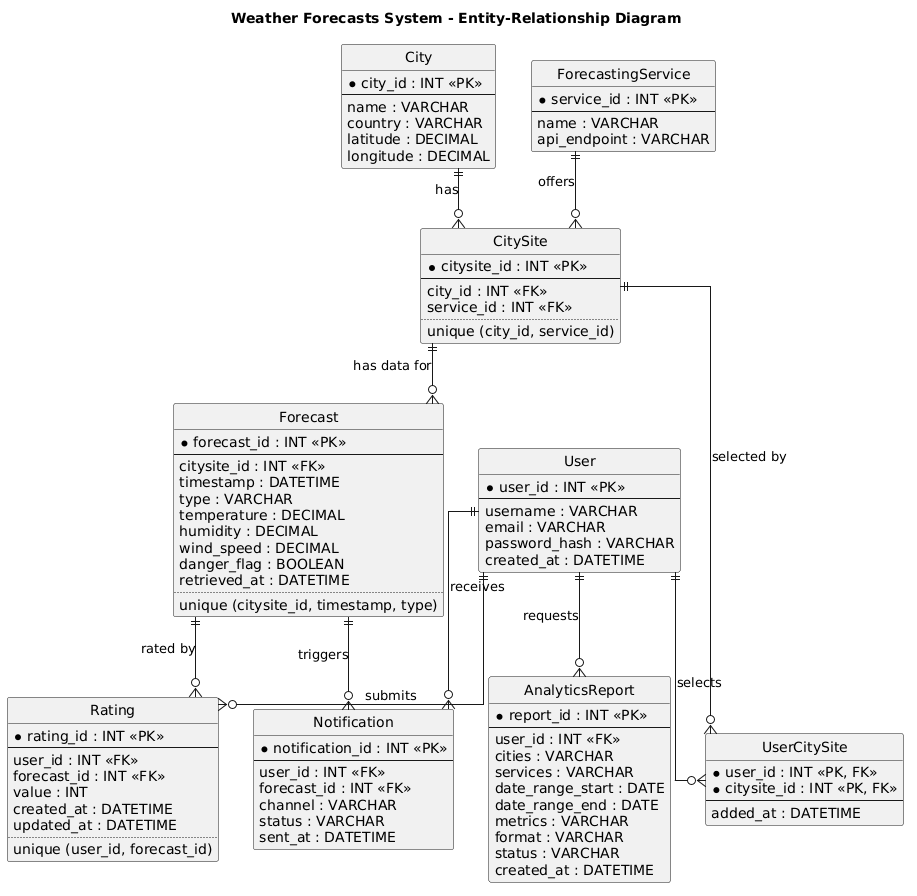
The PlantUML diagram requirements/ER_Diagram/ERDiagram.png in ManosMorf97/Weather-Forecasts-AI-Remastered, before a commit. Its diagram source:
```plantuml
@startuml
title Weather Forecasts System - Entity-Relationship Diagram

hide circle
skinparam linetype ortho

entity "User" as user {
  * user_id : INT <<PK>>
  --
  username : VARCHAR
  email : VARCHAR
  password_hash : VARCHAR
  created_at : DATETIME
}

entity "City" as city {
  * city_id : INT <<PK>>
  --
  name : VARCHAR
  country : VARCHAR
  latitude : DECIMAL
  longitude : DECIMAL
}

entity "ForecastingService" as service {
  * service_id : INT <<PK>>
  --
  name : VARCHAR
  api_endpoint : VARCHAR
}

entity "CitySite" as citysite {
  * citysite_id : INT <<PK>>
  --
  city_id : INT <<FK>>
  service_id : INT <<FK>>
  ..
  unique (city_id, service_id)
}

entity "UserCitySite" as user_citysite {
  * user_id : INT <<PK, FK>>
  * citysite_id : INT <<PK, FK>>
  --
  added_at : DATETIME
}

entity "Forecast" as forecast {
  * forecast_id : INT <<PK>>
  --
  citysite_id : INT <<FK>>
  timestamp : DATETIME
  type : VARCHAR
  temperature : DECIMAL
  humidity : DECIMAL
  wind_speed : DECIMAL
  danger_flag : BOOLEAN
  retrieved_at : DATETIME
  ..
  unique (citysite_id, timestamp, type)
}

entity "Rating" as rating {
  * rating_id : INT <<PK>>
  --
  user_id : INT <<FK>>
  forecast_id : INT <<FK>>
  value : INT
  created_at : DATETIME
  updated_at : DATETIME
  ..
  unique (user_id, forecast_id)
}

entity "Notification" as notification {
  * notification_id : INT <<PK>>
  --
  user_id : INT <<FK>>
  forecast_id : INT <<FK>>
  channel : VARCHAR
  status : VARCHAR
  sent_at : DATETIME
}

entity "AnalyticsReport" as report {
  * report_id : INT <<PK>>
  --
  user_id : INT <<FK>>
  cities : VARCHAR
  services : VARCHAR
  date_range_start : DATE
  date_range_end : DATE
  metrics : VARCHAR
  format : VARCHAR
  status : VARCHAR
  created_at : DATETIME
}

city    ||--o{ citysite : has
service ||--o{ citysite : offers

user     ||--o{ user_citysite : selects
citysite ||--o{ user_citysite : "selected by"

citysite ||--o{ forecast : "has data for"

user     ||--o{ rating : submits
forecast ||--o{ rating : "rated by"

user     ||--o{ notification : receives
forecast ||--o{ notification : triggers

user ||--o{ report : requests
@enduml
```
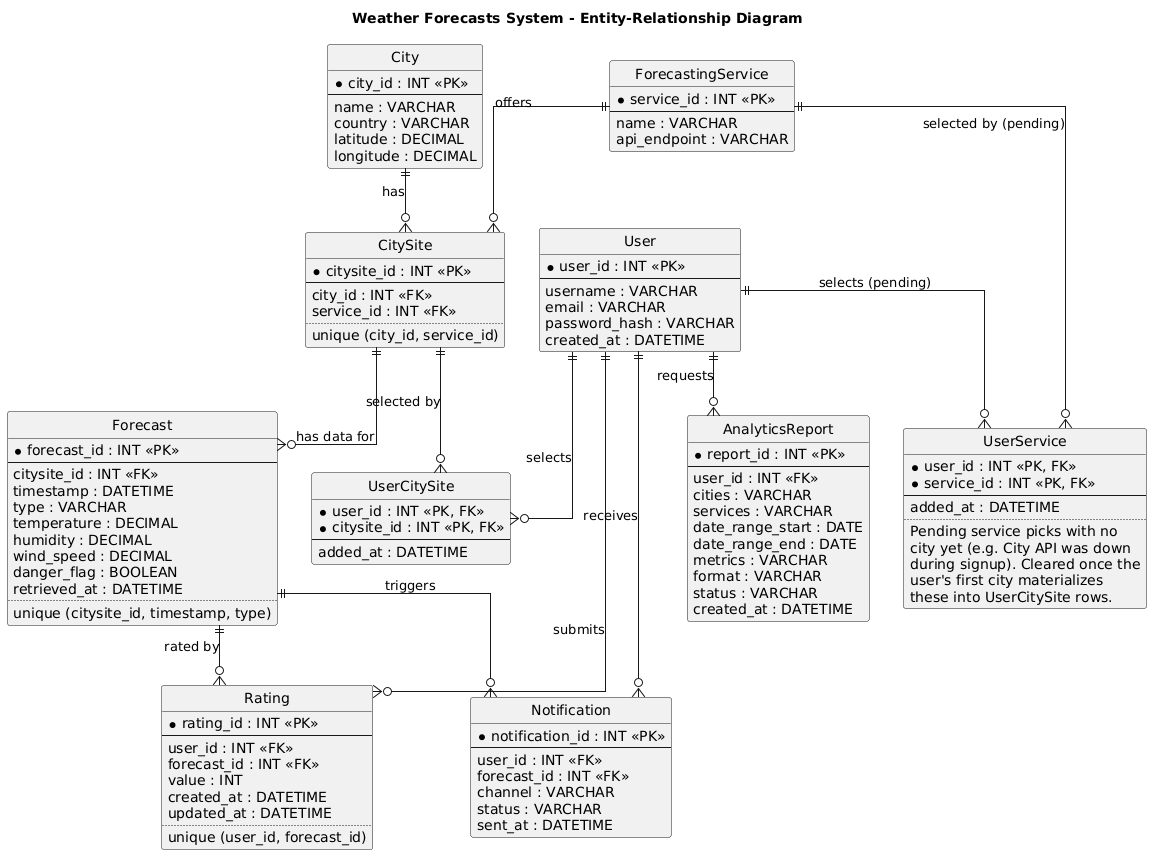
The same diagram one commit later.

Commit message:
adding one more case to ER

The edit, as a diff of the source:
```diff
@@ -43,6 +43,19 @@
   * citysite_id : INT <<PK, FK>>
   --
   added_at : DATETIME
+}
+
+entity "UserService" as user_service {
+  * user_id : INT <<PK, FK>>
+  * service_id : INT <<PK, FK>>
+  --
+  added_at : DATETIME
+  ..
+  Pending service picks with no
+  city yet (e.g. City API was down
+  during signup). Cleared once the
+  user's first city materializes
+  these into UserCitySite rows.
 }
 
 entity "Forecast" as forecast {
@@ -102,6 +115,9 @@
 user     ||--o{ user_citysite : selects
 citysite ||--o{ user_citysite : "selected by"
 
+user    ||--o{ user_service : "selects (pending)"
+service ||--o{ user_service : "selected by (pending)"
+
 citysite ||--o{ forecast : "has data for"
 
 user     ||--o{ rating : submits
```
